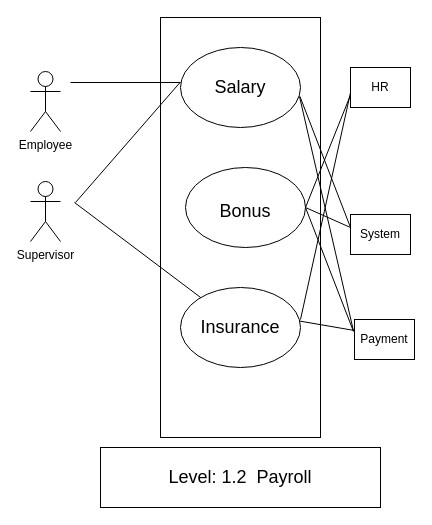
The draw.io diagram Payroll.drawio in Rufidatul726/SRS, before the edit. Source tidied: cells renumbered, new cells numbered last; positions are measured from the earlier drawing's top-left corner, leaving out a move shared by most shapes. Both pictures are drawn from the tidied source at 100%, with x=0, y=0 at pixel (30, 17).
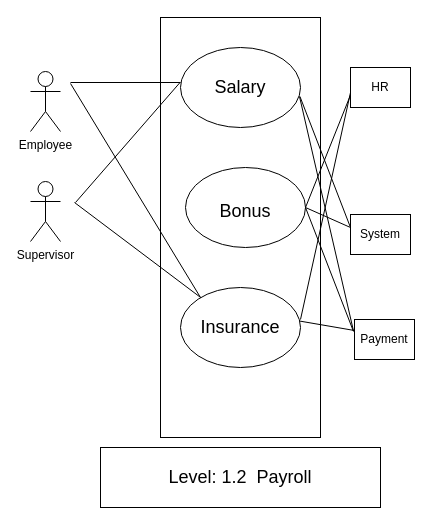
Above is the later version.

The edit, as a diff of the source:
```diff
@@
+    <mxCell id="29" style="endArrow=none;html=1;rounded=0;" parent="1" edge="1">
+      <mxGeometry relative="1" as="geometry">
+        <mxPoint x="40" y="66" as="sourcePoint" />
+        <mxPoint x="170" y="280" as="targetPoint" />
+      </mxGeometry>
+    </mxCell>
```
